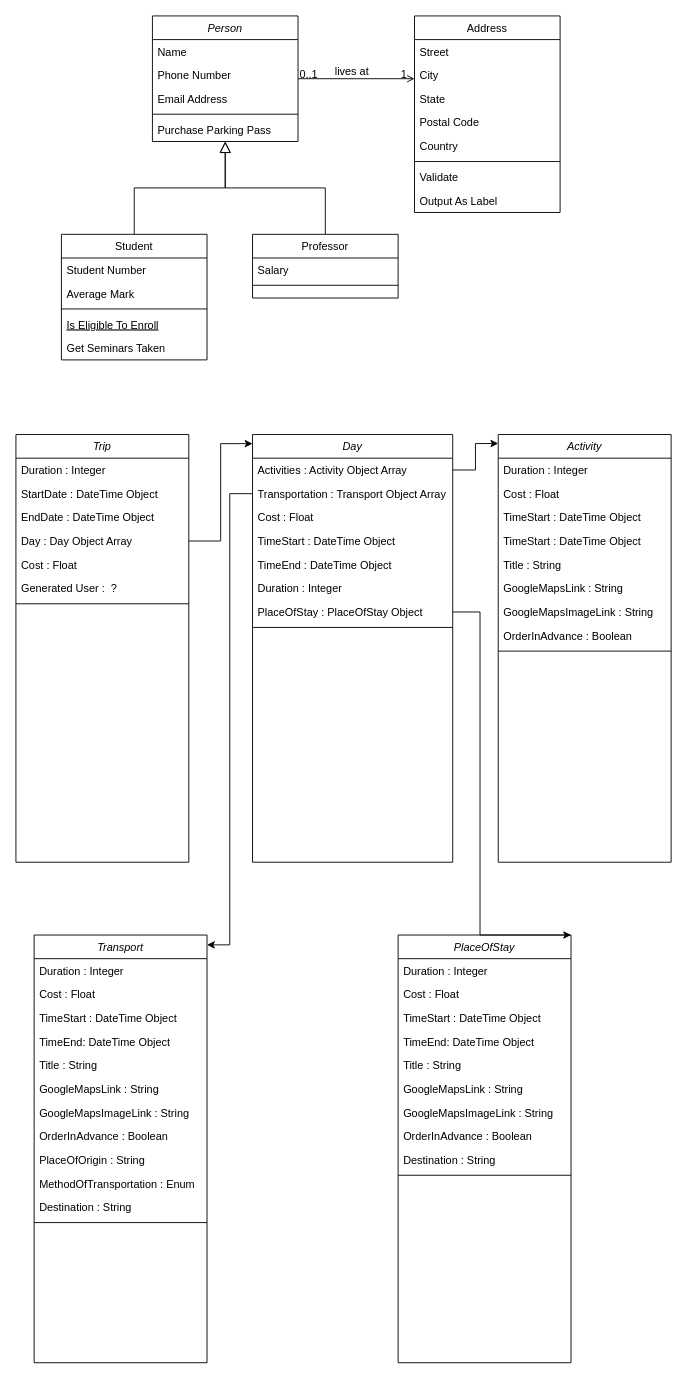
The draw.io diagram ai/ApiDiagram.drawio in tseela/barilan_project, before the edit. Source tidied: cells renumbered, new cells numbered last; positions are measured from the earlier drawing's top-left corner, leaving out a move shared by most shapes. Both pictures are drawn from the tidied source at 91%, with x=0, y=0 at pixel (15, 15).
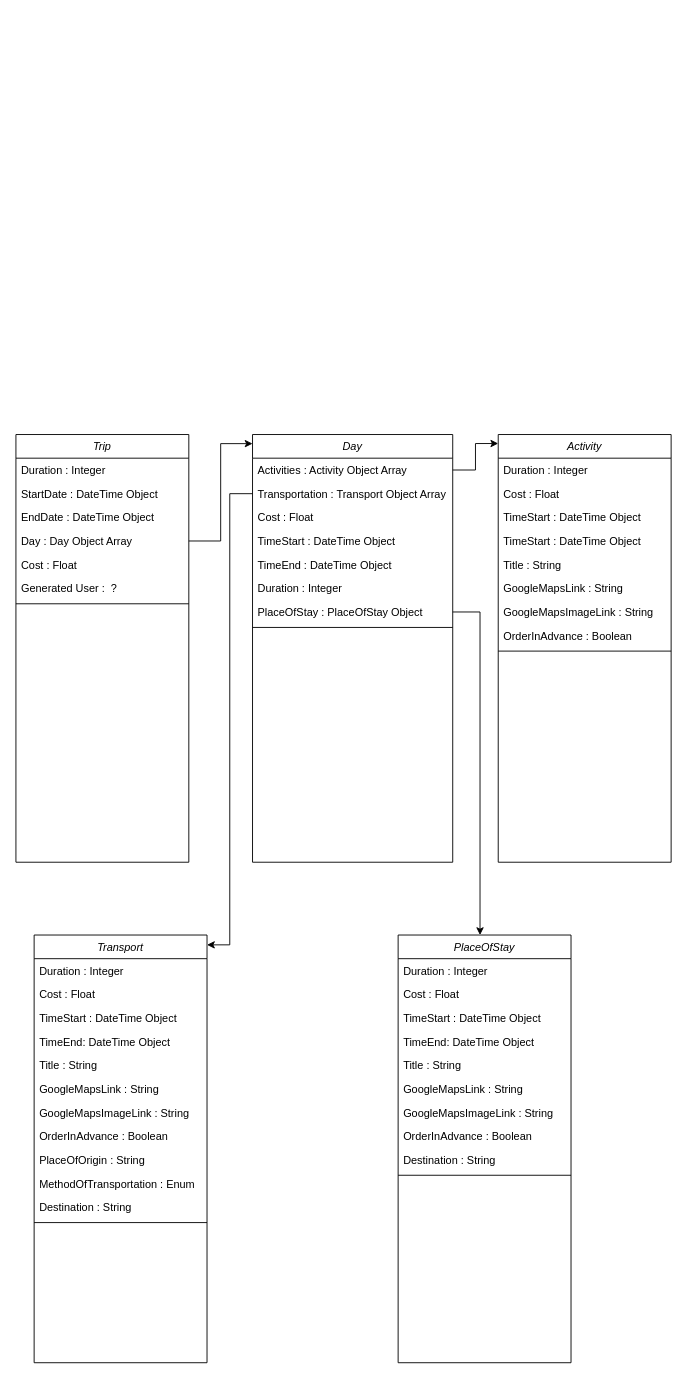
The same page after the edit.

Unchanged cells that the change refers to:
```xml
<mxCell id="47" value="PlaceOfStay : PlaceOfStay Object" style="text;align=left;verticalAlign=top;spacingLeft=4;spacingRight=4;overflow=hidden;points=[[0,0.5],[1,0.5]];portConstraint=eastwest;" parent="40" vertex="1">
  <mxGeometry y="182" width="220" height="26" as="geometry" />
</mxCell>
<mxCell id="76" value="PlaceOfStay" style="swimlane;fontStyle=2;align=center;verticalAlign=top;horizontal=1;startSize=26;rounded=0;shadow=0;strokeWidth=1;" parent="1" vertex="1">
  <mxGeometry x="420" y="1010" width="190" height="470" as="geometry" />
</mxCell>
```

Diff of the diagram source:
```diff
@@
-    <mxCell id="2" value="Person" style="swimlane;fontStyle=2;align=center;verticalAlign=top;horizontal=1;startSize=26;rounded=0;shadow=0;strokeWidth=1;" parent="1" vertex="1">
-      <mxGeometry x="150" width="160" height="138" as="geometry" />
-    </mxCell>
-    <mxCell id="3" value="Name" style="text;align=left;verticalAlign=top;spacingLeft=4;spacingRight=4;overflow=hidden;" parent="2" vertex="1">
-      <mxGeometry y="26" width="160" height="26" as="geometry" />
-    </mxCell>
-    <mxCell id="4" value="Phone Number" style="text;align=left;verticalAlign=top;spacingLeft=4;spacingRight=4;overflow=hidden;rounded=0;shadow=0;html=0;" parent="2" vertex="1">
-      <mxGeometry y="52" width="160" height="26" as="geometry" />
-    </mxCell>
-    <mxCell id="5" value="Email Address" style="text;align=left;verticalAlign=top;spacingLeft=4;spacingRight=4;overflow=hidden;rounded=0;shadow=0;html=0;" parent="2" vertex="1">
-      <mxGeometry y="78" width="160" height="26" as="geometry" />
-    </mxCell>
-    <mxCell id="6" style="line;html=1;strokeWidth=1;align=left;verticalAlign=middle;spacingTop=-1;spacingLeft=3;spacingRight=3;labelPosition=right;" parent="2" vertex="1">
-      <mxGeometry y="104" width="160" height="8" as="geometry" />
-    </mxCell>
-    <mxCell id="7" value="Purchase Parking Pass" style="text;align=left;verticalAlign=top;spacingLeft=4;spacingRight=4;overflow=hidden;" parent="2" vertex="1">
-      <mxGeometry y="112" width="160" height="26" as="geometry" />
-    </mxCell>
-    <mxCell id="8" value="Student" style="swimlane;fontStyle=0;align=center;verticalAlign=top;horizontal=1;startSize=26;rounded=0;shadow=0;strokeWidth=1;" parent="1" vertex="1">
-      <mxGeometry x="50" y="240" width="160" height="138" as="geometry" />
-    </mxCell>
-    <mxCell id="9" value="Student Number" style="text;align=left;verticalAlign=top;spacingLeft=4;spacingRight=4;overflow=hidden;" parent="8" vertex="1">
-      <mxGeometry y="26" width="160" height="26" as="geometry" />
-    </mxCell>
-    <mxCell id="10" value="Average Mark" style="text;align=left;verticalAlign=top;spacingLeft=4;spacingRight=4;overflow=hidden;rounded=0;shadow=0;html=0;" parent="8" vertex="1">
-      <mxGeometry y="52" width="160" height="26" as="geometry" />
-    </mxCell>
-    <mxCell id="11" style="line;html=1;strokeWidth=1;align=left;verticalAlign=middle;spacingTop=-1;spacingLeft=3;spacingRight=3;labelPosition=right;" parent="8" vertex="1">
-      <mxGeometry y="78" width="160" height="8" as="geometry" />
-    </mxCell>
-    <mxCell id="12" value="Is Eligible To Enroll" style="text;align=left;verticalAlign=top;spacingLeft=4;spacingRight=4;overflow=hidden;fontStyle=4;" parent="8" vertex="1">
-      <mxGeometry y="86" width="160" height="26" as="geometry" />
-    </mxCell>
-    <mxCell id="13" value="Get Seminars Taken" style="text;align=left;verticalAlign=top;spacingLeft=4;spacingRight=4;overflow=hidden;" parent="8" vertex="1">
-      <mxGeometry y="112" width="160" height="26" as="geometry" />
-    </mxCell>
-    <mxCell id="14" style="endArrow=block;endSize=10;endFill=0;shadow=0;strokeWidth=1;rounded=0;edgeStyle=elbowEdgeStyle;elbow=vertical;" parent="1" edge="1" source="8" target="2">
-      <mxGeometry relative="1" as="geometry" />
-    </mxCell>
-    <mxCell id="15" value="Professor" style="swimlane;fontStyle=0;align=center;verticalAlign=top;horizontal=1;startSize=26;rounded=0;shadow=0;strokeWidth=1;" parent="1" vertex="1">
-      <mxGeometry x="260" y="240" width="160" height="70" as="geometry" />
-    </mxCell>
-    <mxCell id="16" value="Salary" style="text;align=left;verticalAlign=top;spacingLeft=4;spacingRight=4;overflow=hidden;" parent="15" vertex="1">
-      <mxGeometry y="26" width="160" height="26" as="geometry" />
-    </mxCell>
-    <mxCell id="17" style="line;html=1;strokeWidth=1;align=left;verticalAlign=middle;spacingTop=-1;spacingLeft=3;spacingRight=3;labelPosition=right;" parent="15" vertex="1">
-      <mxGeometry y="52" width="160" height="8" as="geometry" />
-    </mxCell>
-    <mxCell id="18" style="endArrow=block;endSize=10;endFill=0;shadow=0;strokeWidth=1;rounded=0;edgeStyle=elbowEdgeStyle;elbow=vertical;" parent="1" edge="1" source="15" target="2">
-      <mxGeometry relative="1" as="geometry" />
-    </mxCell>
-    <mxCell id="19" value="Address" style="swimlane;fontStyle=0;align=center;verticalAlign=top;horizontal=1;startSize=26;rounded=0;shadow=0;strokeWidth=1;" parent="1" vertex="1">
-      <mxGeometry x="438" width="160" height="216" as="geometry" />
-    </mxCell>
-    <mxCell id="20" value="Street" style="text;align=left;verticalAlign=top;spacingLeft=4;spacingRight=4;overflow=hidden;" parent="19" vertex="1">
-      <mxGeometry y="26" width="160" height="26" as="geometry" />
-    </mxCell>
-    <mxCell id="21" value="City" style="text;align=left;verticalAlign=top;spacingLeft=4;spacingRight=4;overflow=hidden;rounded=0;shadow=0;html=0;" parent="19" vertex="1">
-      <mxGeometry y="52" width="160" height="26" as="geometry" />
-    </mxCell>
-    <mxCell id="22" value="State" style="text;align=left;verticalAlign=top;spacingLeft=4;spacingRight=4;overflow=hidden;rounded=0;shadow=0;html=0;" parent="19" vertex="1">
-      <mxGeometry y="78" width="160" height="26" as="geometry" />
-    </mxCell>
-    <mxCell id="23" value="Postal Code" style="text;align=left;verticalAlign=top;spacingLeft=4;spacingRight=4;overflow=hidden;rounded=0;shadow=0;html=0;" parent="19" vertex="1">
-      <mxGeometry y="104" width="160" height="26" as="geometry" />
-    </mxCell>
-    <mxCell id="24" value="Country" style="text;align=left;verticalAlign=top;spacingLeft=4;spacingRight=4;overflow=hidden;rounded=0;shadow=0;html=0;" parent="19" vertex="1">
-      <mxGeometry y="130" width="160" height="26" as="geometry" />
-    </mxCell>
-    <mxCell id="25" style="line;html=1;strokeWidth=1;align=left;verticalAlign=middle;spacingTop=-1;spacingLeft=3;spacingRight=3;labelPosition=right;" parent="19" vertex="1">
-      <mxGeometry y="156" width="160" height="8" as="geometry" />
-    </mxCell>
-    <mxCell id="26" value="Validate" style="text;align=left;verticalAlign=top;spacingLeft=4;spacingRight=4;overflow=hidden;" parent="19" vertex="1">
-      <mxGeometry y="164" width="160" height="26" as="geometry" />
-    </mxCell>
-    <mxCell id="27" value="Output As Label" style="text;align=left;verticalAlign=top;spacingLeft=4;spacingRight=4;overflow=hidden;" parent="19" vertex="1">
-      <mxGeometry y="190" width="160" height="26" as="geometry" />
-    </mxCell>
-    <mxCell id="28" style="endArrow=open;shadow=0;strokeWidth=1;rounded=0;endFill=1;edgeStyle=elbowEdgeStyle;elbow=vertical;" parent="1" edge="1" source="2" target="19">
-      <mxGeometry x="0.5" y="41" relative="1" as="geometry">
-        <mxPoint x="-40" y="32" as="offset" />
-      </mxGeometry>
-    </mxCell>
-    <mxCell id="29" value="0..1" style="align=left;verticalAlign=bottom;labelBackgroundColor=none;fontSize=12;" parent="28" vertex="1">
-      <mxGeometry x="-1" relative="1" as="geometry">
-        <mxPoint y="4" as="offset" />
-      </mxGeometry>
-    </mxCell>
-    <mxCell id="30" value="1" style="align=right;verticalAlign=bottom;labelBackgroundColor=none;fontSize=12;" parent="28" vertex="1">
-      <mxGeometry x="1" relative="1" as="geometry">
-        <mxPoint x="-7" y="4" as="offset" />
-      </mxGeometry>
-    </mxCell>
-    <mxCell id="31" value="lives at" style="text;html=1;align=center;verticalAlign=middle;labelBackgroundColor=none;rounded=0;shadow=0;strokeWidth=1;fontSize=12;" parent="28" vertex="1">
-      <mxGeometry x="0.5" y="49" relative="1" as="geometry">
-        <mxPoint x="-38" y="40" as="offset" />
-      </mxGeometry>
-    </mxCell>
@@
-    <mxCell id="87" style="edgeStyle=orthogonalEdgeStyle;rounded=0;jettySize=auto;html=1;entryX=1;entryY=0;entryDx=0;entryDy=0;" parent="1" edge="1" source="47" target="76">
+    <mxCell id="87" style="edgeStyle=orthogonalEdgeStyle;rounded=0;jettySize=auto;html=1;" parent="1" edge="1" source="47">
       <mxGeometry relative="1" as="geometry">
+        <mxPoint x="510" y="1010" as="targetPoint" />
         <Array as="points">
           <mxPoint x="510" y="655" />
           <mxPoint x="510" y="1010" />
         </Array>
       </mxGeometry>
     </mxCell>
```
